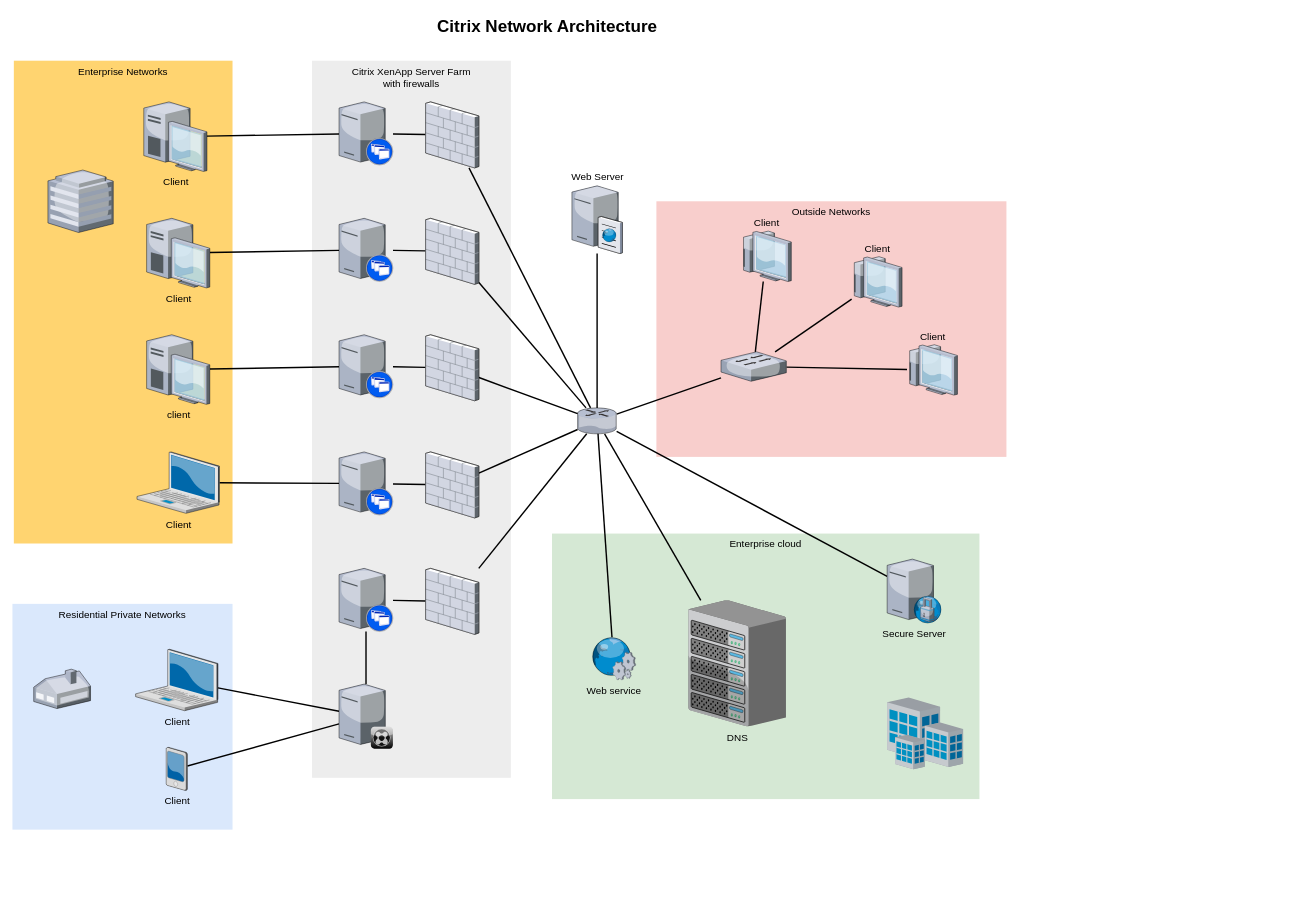
The draw.io diagram 未命名绘图.drawio in sustcsugar/draw.io, before the edit. Source tidied: cells renumbered, new cells numbered last; positions are measured from the earlier drawing's top-left corner, leaving out a move shared by most shapes. Both pictures are drawn from the tidied source at 71%, with x=0, y=0 at pixel (12, 12).
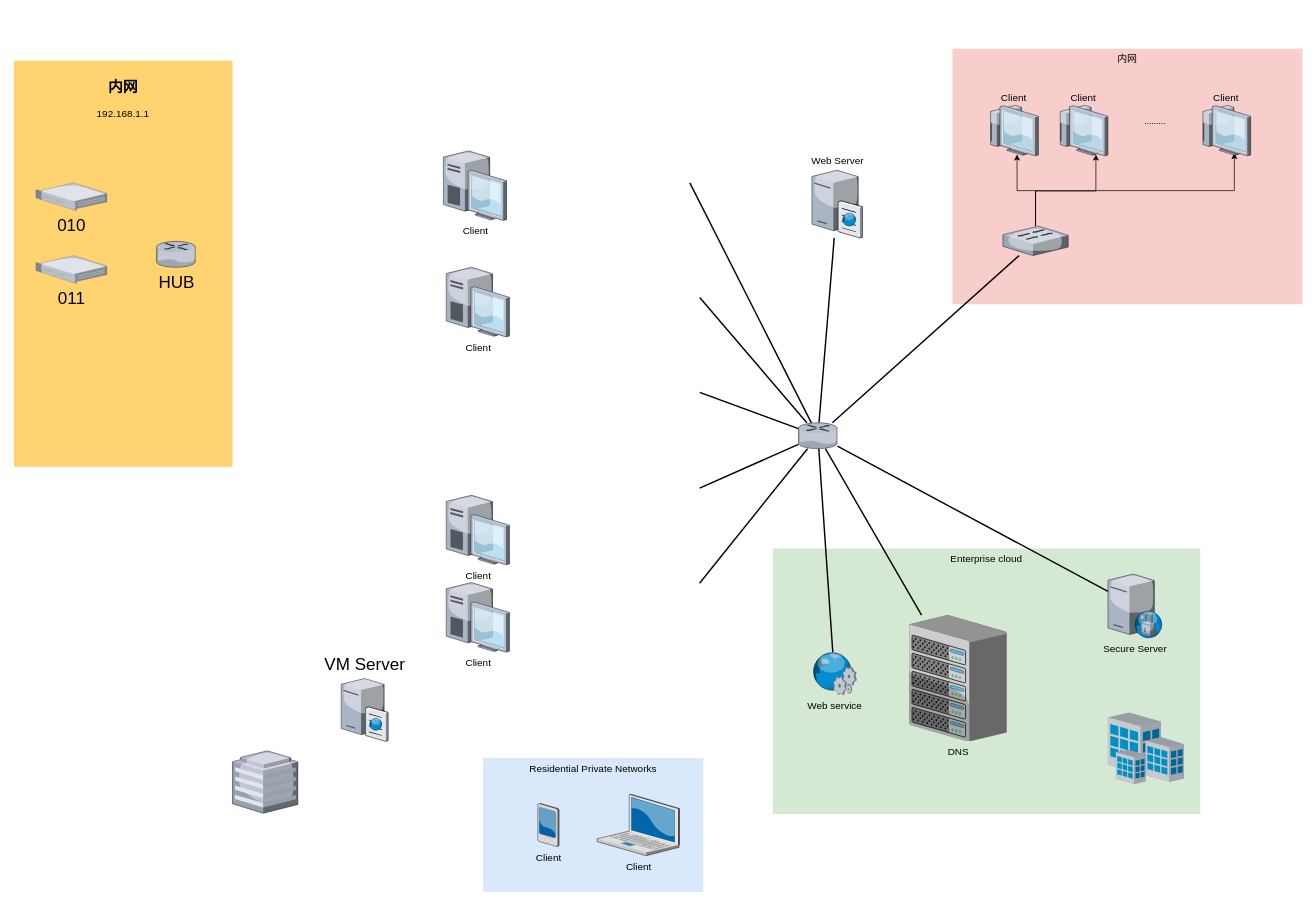
The same diagram, later.

Commit message (it also covers changes not shown here):
更新未命名绘图.drawio

Diff of the diagram source:
```diff
@@
-    <mxCell id="2" value="Outside Networks" style="whiteSpace=wrap;html=1;fillColor=#f8cecc;fontSize=14;strokeColor=none;verticalAlign=top;" parent="1" vertex="1">
-      <mxGeometry x="907" y="266" width="493" height="360" as="geometry" />
+    <mxCell id="2" value="内网" style="whiteSpace=wrap;html=1;fillColor=#f8cecc;fontSize=14;strokeColor=none;verticalAlign=top;" parent="1" vertex="1">
+      <mxGeometry x="1324" y="51" width="493" height="360" as="geometry" />
     </mxCell>
     <mxCell id="3" value="Enterprise cloud" style="whiteSpace=wrap;html=1;fillColor=#d5e8d4;fontSize=14;strokeColor=none;verticalAlign=top;" parent="1" vertex="1">
-      <mxGeometry x="760" y="734" width="602" height="374" as="geometry" />
+      <mxGeometry x="1071" y="755" width="602" height="374" as="geometry" />
     </mxCell>
-    <mxCell id="4" value="Citrix XenApp Server Farm&lt;div&gt;with firewalls&lt;/div&gt;" style="whiteSpace=wrap;html=1;fillColor=#EDEDED;fontSize=14;strokeColor=none;verticalAlign=top;" parent="1" vertex="1">
-      <mxGeometry x="422" y="68" width="280" height="1010" as="geometry" />
-    </mxCell>
-    <mxCell id="5" value="Residential Private Networks" style="whiteSpace=wrap;html=1;fillColor=#dae8fc;fontSize=14;strokeColor=none;verticalAlign=top;" parent="1" vertex="1">
-      <mxGeometry y="833" width="310" height="318" as="geometry" />
-    </mxCell>
-    <mxCell id="6" value="Enterprise Networks" style="whiteSpace=wrap;html=1;fillColor=#FFD470;gradientColor=none;fontSize=14;strokeColor=none;verticalAlign=top;" parent="1" vertex="1">
-      <mxGeometry x="2" y="68" width="308" height="680" as="geometry" />
+    <mxCell id="6" value="&lt;h2&gt;内网&lt;/h2&gt;&lt;div&gt;192.168.1.1&lt;/div&gt;" style="whiteSpace=wrap;html=1;fillColor=#FFD470;gradientColor=none;fontSize=14;strokeColor=none;verticalAlign=top;" parent="1" vertex="1">
+      <mxGeometry x="2" y="68" width="308" height="572" as="geometry" />
     </mxCell>
-    <mxCell id="7" style="edgeStyle=none;rounded=0;html=1;startSize=10;endSize=10;jettySize=auto;fontSize=14;endArrow=none;endFill=0;strokeWidth=2;" parent="1" edge="1" source="8" target="35">
-      <mxGeometry relative="1" as="geometry" />
-    </mxCell>
-    <mxCell id="8" value="Client" style="verticalLabelPosition=bottom;html=1;verticalAlign=top;strokeColor=none;shape=mxgraph.citrix.laptop_2;fillColor=#66B2FF;gradientColor=#0066CC;fontSize=14;" parent="1" vertex="1">
-      <mxGeometry x="173.5" y="897" width="116" height="86.5" as="geometry" />
-    </mxCell>
-    <mxCell id="9" style="edgeStyle=none;rounded=0;html=1;startSize=10;endSize=10;jettySize=auto;fontSize=14;endArrow=none;endFill=0;strokeWidth=2;" parent="1" edge="1" source="10" target="22">
-      <mxGeometry relative="1" as="geometry" />
-    </mxCell>
-    <mxCell id="10" value="Client" style="verticalLabelPosition=bottom;html=1;verticalAlign=top;strokeColor=none;shape=mxgraph.citrix.laptop_2;fillColor=#66B2FF;gradientColor=#0066CC;fontSize=14;" parent="1" vertex="1">
-      <mxGeometry x="175.5" y="619" width="116" height="86.5" as="geometry" />
-    </mxCell>
-    <mxCell id="11" style="edgeStyle=none;rounded=0;html=1;startSize=10;endSize=10;jettySize=auto;fontSize=14;endArrow=none;endFill=0;strokeWidth=2;" parent="1" edge="1" source="12" target="24">
-      <mxGeometry relative="1" as="geometry" />
-    </mxCell>
-    <mxCell id="12" value="client" style="verticalLabelPosition=bottom;html=1;verticalAlign=top;strokeColor=none;shape=mxgraph.citrix.desktop;fillColor=#66B2FF;gradientColor=#0066CC;fontSize=14;" parent="1" vertex="1">
-      <mxGeometry x="189" y="454" width="89" height="98" as="geometry" />
-    </mxCell>
-    <mxCell id="13" style="edgeStyle=none;rounded=0;html=1;startSize=10;endSize=10;jettySize=auto;fontSize=14;endArrow=none;endFill=0;strokeWidth=2;" parent="1" edge="1" source="14" target="26">
-      <mxGeometry relative="1" as="geometry" />
-    </mxCell>
     <mxCell id="14" value="Client" style="verticalLabelPosition=bottom;html=1;verticalAlign=top;strokeColor=none;shape=mxgraph.citrix.desktop;fillColor=#66B2FF;gradientColor=#0066CC;fontSize=14;" parent="1" vertex="1">
-      <mxGeometry x="189" y="290" width="89" height="98" as="geometry" />
+      <mxGeometry x="611" y="359" width="89" height="98" as="geometry" />
     </mxCell>
-    <mxCell id="15" style="edgeStyle=none;rounded=0;html=1;startSize=10;endSize=10;jettySize=auto;fontSize=14;endArrow=none;endFill=0;strokeWidth=2;" parent="1" edge="1" source="16" target="28">
-      <mxGeometry relative="1" as="geometry" />
-    </mxCell>
     <mxCell id="16" value="Client" style="verticalLabelPosition=bottom;html=1;verticalAlign=top;strokeColor=none;shape=mxgraph.citrix.desktop;fillColor=#66B2FF;gradientColor=#0066CC;fontSize=14;" parent="1" vertex="1">
-      <mxGeometry x="185" y="126" width="89" height="98" as="geometry" />
+      <mxGeometry x="607" y="195" width="89" height="98" as="geometry" />
     </mxCell>
-    <mxCell id="17" style="edgeStyle=none;rounded=0;html=1;startSize=10;endSize=10;jettySize=auto;fontSize=14;endArrow=none;endFill=0;strokeWidth=2;" parent="1" edge="1" source="18" target="35">
-      <mxGeometry relative="1" as="geometry" />
-    </mxCell>
-    <mxCell id="18" value="Client" style="verticalLabelPosition=bottom;html=1;verticalAlign=top;strokeColor=none;shape=mxgraph.citrix.pda;fillColor=#66B2FF;gradientColor=#0066CC;fontSize=14;" parent="1" vertex="1">
-      <mxGeometry x="216.5" y="1035" width="30" height="61" as="geometry" />
-    </mxCell>
-    <mxCell id="19" style="edgeStyle=none;rounded=0;html=1;startSize=10;endSize=10;jettySize=auto;fontSize=14;endArrow=none;endFill=0;strokeWidth=2;" parent="1" edge="1" source="20" target="47">
-      <mxGeometry relative="1" as="geometry" />
-    </mxCell>
-    <mxCell id="20" style="verticalLabelPosition=bottom;html=1;verticalAlign=top;strokeColor=none;shape=mxgraph.citrix.xenapp_server;fillColor=#66B2FF;gradientColor=#0066CC;fontSize=14;" parent="1" vertex="1">
-      <mxGeometry x="460" y="783" width="76" height="89" as="geometry" />
-    </mxCell>
-    <mxCell id="21" style="edgeStyle=none;rounded=0;html=1;startSize=10;endSize=10;jettySize=auto;fontSize=14;endArrow=none;endFill=0;strokeWidth=2;" parent="1" edge="1" source="22" target="45">
-      <mxGeometry relative="1" as="geometry" />
-    </mxCell>
-    <mxCell id="22" style="verticalLabelPosition=bottom;html=1;verticalAlign=top;strokeColor=none;shape=mxgraph.citrix.xenapp_server;fillColor=#66B2FF;gradientColor=#0066CC;fontSize=14;" parent="1" vertex="1">
-      <mxGeometry x="460" y="619" width="76" height="89" as="geometry" />
-    </mxCell>
-    <mxCell id="23" style="edgeStyle=none;rounded=0;html=1;startSize=10;endSize=10;jettySize=auto;fontSize=14;endArrow=none;endFill=0;strokeWidth=2;" parent="1" edge="1" source="24" target="43">
-      <mxGeometry relative="1" as="geometry" />
-    </mxCell>
-    <mxCell id="24" style="verticalLabelPosition=bottom;html=1;verticalAlign=top;strokeColor=none;shape=mxgraph.citrix.xenapp_server;fillColor=#66B2FF;gradientColor=#0066CC;fontSize=14;" parent="1" vertex="1">
-      <mxGeometry x="460" y="454" width="76" height="89" as="geometry" />
-    </mxCell>
-    <mxCell id="25" style="edgeStyle=none;rounded=0;html=1;startSize=10;endSize=10;jettySize=auto;fontSize=14;endArrow=none;endFill=0;strokeWidth=2;" parent="1" edge="1" source="26" target="41">
-      <mxGeometry relative="1" as="geometry" />
-    </mxCell>
-    <mxCell id="26" style="verticalLabelPosition=bottom;html=1;verticalAlign=top;strokeColor=none;shape=mxgraph.citrix.xenapp_server;fillColor=#66B2FF;gradientColor=#0066CC;fontSize=14;" parent="1" vertex="1">
-      <mxGeometry x="460" y="290" width="76" height="89" as="geometry" />
-    </mxCell>
-    <mxCell id="27" style="edgeStyle=none;rounded=0;html=1;startSize=10;endSize=10;jettySize=auto;fontSize=14;endArrow=none;endFill=0;strokeWidth=2;" parent="1" edge="1" source="28" target="39">
-      <mxGeometry relative="1" as="geometry" />
-    </mxCell>
-    <mxCell id="28" style="verticalLabelPosition=bottom;html=1;verticalAlign=top;strokeColor=none;shape=mxgraph.citrix.xenapp_server;fillColor=#66B2FF;gradientColor=#0066CC;fontSize=14;" parent="1" vertex="1">
-      <mxGeometry x="460" y="126" width="76" height="89" as="geometry" />
-    </mxCell>
@@
     <mxCell id="33" style="verticalLabelPosition=bottom;html=1;verticalAlign=top;strokeColor=none;shape=mxgraph.citrix.router;fillColor=#66B2FF;gradientColor=#0066CC;fontSize=14;" parent="1" vertex="1">
-      <mxGeometry x="796" y="557" width="55" height="36.5" as="geometry" />
+      <mxGeometry x="1107" y="578" width="55" height="36.5" as="geometry" />
     </mxCell>
-    <mxCell id="34" style="edgeStyle=none;rounded=0;html=1;startSize=10;endSize=10;jettySize=auto;fontSize=14;endArrow=none;endFill=0;strokeWidth=2;" parent="1" edge="1" source="35" target="20">
-      <mxGeometry relative="1" as="geometry" />
-    </mxCell>
-    <mxCell id="35" style="verticalLabelPosition=bottom;html=1;verticalAlign=top;strokeColor=none;shape=mxgraph.citrix.xenclient_synchronizer;fillColor=#CCCCCC;gradientColor=#000000;gradientDirection=south;fontSize=14;" parent="1" vertex="1">
-      <mxGeometry x="460" y="946" width="76" height="91" as="geometry" />
-    </mxCell>
     <mxCell id="36" value="Web Server" style="verticalLabelPosition=top;html=1;verticalAlign=bottom;strokeColor=none;shape=mxgraph.citrix.cache_server;fillColor=#66B2FF;gradientColor=#0066CC;fontSize=14;labelPosition=center;align=center;" parent="1" vertex="1">
-      <mxGeometry x="788" y="242" width="71" height="97.5" as="geometry" />
+      <mxGeometry x="1126" y="220" width="71" height="97.5" as="geometry" />
     </mxCell>
     <mxCell id="37" value="DNS" style="verticalLabelPosition=bottom;html=1;verticalAlign=top;strokeColor=none;shape=mxgraph.citrix.chassis;fillColor=#66B2FF;gradientColor=#0066CC;fontSize=14;" parent="1" vertex="1">
-      <mxGeometry x="952" y="828" width="137.5" height="177.5" as="geometry" />
+      <mxGeometry x="1263" y="849" width="137.5" height="177.5" as="geometry" />
     </mxCell>
-    <mxCell id="38" style="edgeStyle=none;rounded=0;html=1;startSize=10;endSize=10;jettySize=auto;fontSize=14;endArrow=none;endFill=0;strokeWidth=2;" parent="1" edge="1" source="39" target="33">
-      <mxGeometry relative="1" as="geometry" />
+    <mxCell id="38" style="edgeStyle=none;rounded=0;html=1;startSize=10;endSize=10;jettySize=auto;fontSize=14;endArrow=none;endFill=0;strokeWidth=2;" parent="1" edge="1" target="33">
+      <mxGeometry relative="1" as="geometry">
+        <mxPoint x="954.1" y="240" as="sourcePoint" />
+      </mxGeometry>
     </mxCell>
-    <mxCell id="39" style="verticalLabelPosition=bottom;html=1;verticalAlign=top;strokeColor=none;shape=mxgraph.citrix.firewall;fillColor=#66B2FF;gradientColor=#0066CC;fontSize=14;" parent="1" vertex="1">
-      <mxGeometry x="582" y="126" width="75" height="93" as="geometry" />
-    </mxCell>
-    <mxCell id="40" style="edgeStyle=none;rounded=0;html=1;startSize=10;endSize=10;jettySize=auto;fontSize=14;endArrow=none;endFill=0;strokeWidth=2;" parent="1" edge="1" source="41" target="33">
-      <mxGeometry relative="1" as="geometry" />
+    <mxCell id="40" style="edgeStyle=none;rounded=0;html=1;startSize=10;endSize=10;jettySize=auto;fontSize=14;endArrow=none;endFill=0;strokeWidth=2;" parent="1" edge="1" target="33">
+      <mxGeometry relative="1" as="geometry">
+        <mxPoint x="968" y="401.4" as="sourcePoint" />
+      </mxGeometry>
     </mxCell>
-    <mxCell id="41" style="verticalLabelPosition=bottom;html=1;verticalAlign=top;strokeColor=none;shape=mxgraph.citrix.firewall;fillColor=#66B2FF;gradientColor=#0066CC;fontSize=14;" parent="1" vertex="1">
-      <mxGeometry x="582" y="290" width="75" height="93" as="geometry" />
-    </mxCell>
-    <mxCell id="42" style="edgeStyle=none;rounded=0;html=1;startSize=10;endSize=10;jettySize=auto;fontSize=14;endArrow=none;endFill=0;strokeWidth=2;" parent="1" edge="1" source="43" target="33">
-      <mxGeometry relative="1" as="geometry" />
+    <mxCell id="42" style="edgeStyle=none;rounded=0;html=1;startSize=10;endSize=10;jettySize=auto;fontSize=14;endArrow=none;endFill=0;strokeWidth=2;" parent="1" edge="1" target="33">
+      <mxGeometry relative="1" as="geometry">
+        <mxPoint x="968" y="535.2" as="sourcePoint" />
+      </mxGeometry>
     </mxCell>
-    <mxCell id="43" style="verticalLabelPosition=bottom;html=1;verticalAlign=top;strokeColor=none;shape=mxgraph.citrix.firewall;fillColor=#66B2FF;gradientColor=#0066CC;fontSize=14;" parent="1" vertex="1">
-      <mxGeometry x="582" y="454" width="75" height="93" as="geometry" />
-    </mxCell>
-    <mxCell id="44" style="edgeStyle=none;rounded=0;html=1;startSize=10;endSize=10;jettySize=auto;fontSize=14;endArrow=none;endFill=0;strokeWidth=2;" parent="1" edge="1" source="45" target="33">
-      <mxGeometry relative="1" as="geometry" />
+    <mxCell id="44" style="edgeStyle=none;rounded=0;html=1;startSize=10;endSize=10;jettySize=auto;fontSize=14;endArrow=none;endFill=0;strokeWidth=2;" parent="1" edge="1" target="33">
+      <mxGeometry relative="1" as="geometry">
+        <mxPoint x="968" y="669.9" as="sourcePoint" />
+      </mxGeometry>
     </mxCell>
-    <mxCell id="45" style="verticalLabelPosition=bottom;html=1;verticalAlign=top;strokeColor=none;shape=mxgraph.citrix.firewall;fillColor=#66B2FF;gradientColor=#0066CC;fontSize=14;" parent="1" vertex="1">
-      <mxGeometry x="582" y="619" width="75" height="93" as="geometry" />
-    </mxCell>
-    <mxCell id="46" style="edgeStyle=none;rounded=0;html=1;startSize=10;endSize=10;jettySize=auto;fontSize=14;endArrow=none;endFill=0;strokeWidth=2;" parent="1" edge="1" source="47" target="33">
-      <mxGeometry relative="1" as="geometry" />
+    <mxCell id="46" style="edgeStyle=none;rounded=0;html=1;startSize=10;endSize=10;jettySize=auto;fontSize=14;endArrow=none;endFill=0;strokeWidth=2;" parent="1" edge="1" target="33">
+      <mxGeometry relative="1" as="geometry">
+        <mxPoint x="967.8" y="804" as="sourcePoint" />
+      </mxGeometry>
     </mxCell>
-    <mxCell id="47" style="verticalLabelPosition=bottom;html=1;verticalAlign=top;strokeColor=none;shape=mxgraph.citrix.firewall;fillColor=#66B2FF;gradientColor=#0066CC;fontSize=14;" parent="1" vertex="1">
-      <mxGeometry x="582" y="783" width="75" height="93" as="geometry" />
-    </mxCell>
-    <mxCell id="48" style="verticalLabelPosition=bottom;html=1;verticalAlign=top;strokeColor=none;shape=mxgraph.citrix.home_office;fillColor=#66B2FF;gradientColor=#0066CC;fontSize=14;" parent="1" vertex="1">
-      <mxGeometry x="30" y="925" width="80" height="55.5" as="geometry" />
-    </mxCell>
     <mxCell id="49" style="verticalLabelPosition=bottom;html=1;verticalAlign=top;strokeColor=none;shape=mxgraph.citrix.hq_enterprise;fillColor=#66B2FF;gradientColor=#0066CC;fontSize=14;" parent="1" vertex="1">
-      <mxGeometry x="50" y="222" width="92" height="88" as="geometry" />
+      <mxGeometry x="310" y="1040" width="92" height="88" as="geometry" />
     </mxCell>
     <mxCell id="50" value="Secure Server" style="verticalLabelPosition=bottom;html=1;verticalAlign=top;strokeColor=none;shape=mxgraph.citrix.proxy_server;fillColor=#66B2FF;gradientColor=#0066CC;fontSize=14;" parent="1" vertex="1">
-      <mxGeometry x="1232" y="770" width="76.5" height="90" as="geometry" />
+      <mxGeometry x="1543" y="791" width="76.5" height="90" as="geometry" />
     </mxCell>
-    <mxCell id="51" style="edgeStyle=none;rounded=0;html=1;startSize=10;endSize=10;jettySize=auto;fontSize=14;endArrow=none;endFill=0;strokeWidth=2;" parent="1" edge="1" source="54" target="57">
-      <mxGeometry relative="1" as="geometry" />
+    <mxCell id="51" style="edgeStyle=orthogonalEdgeStyle;rounded=0;jettySize=auto;html=1;entryX=0.577;entryY=0.972;entryDx=0;entryDy=0;entryPerimeter=0;" parent="1" edge="1" source="54" target="57">
+      <mxGeometry relative="1" as="geometry">
+        <Array as="points">
+          <mxPoint x="1441" y="251" />
+          <mxPoint x="1415" y="251" />
+        </Array>
+      </mxGeometry>
     </mxCell>
-    <mxCell id="52" style="edgeStyle=none;rounded=0;html=1;startSize=10;endSize=10;jettySize=auto;fontSize=14;endArrow=none;endFill=0;strokeWidth=2;" parent="1" edge="1" source="54" target="56">
+    <mxCell id="52" style="edgeStyle=orthogonalEdgeStyle;rounded=0;jettySize=auto;html=1;entryX=0.761;entryY=0.972;entryDx=0;entryDy=0;entryPerimeter=0;" parent="1" edge="1" source="54" target="56">
       <mxGeometry relative="1" as="geometry" />
     </mxCell>
-    <mxCell id="53" style="edgeStyle=none;rounded=0;html=1;startSize=10;endSize=10;jettySize=auto;fontSize=14;endArrow=none;endFill=0;strokeWidth=2;" parent="1" edge="1" source="54" target="55">
-      <mxGeometry relative="1" as="geometry" />
+    <mxCell id="53" style="edgeStyle=orthogonalEdgeStyle;rounded=0;jettySize=auto;html=1;entryX=0.676;entryY=0.944;entryDx=0;entryDy=0;entryPerimeter=0;" parent="1" edge="1" source="54" target="55">
+      <mxGeometry relative="1" as="geometry">
+        <Array as="points">
+          <mxPoint x="1441" y="251" />
+          <mxPoint x="1721" y="251" />
+        </Array>
+      </mxGeometry>
     </mxCell>
     <mxCell id="54" style="verticalLabelPosition=bottom;html=1;verticalAlign=top;strokeColor=none;shape=mxgraph.citrix.switch;fillColor=#66B2FF;gradientColor=#0066CC;fontSize=14;" parent="1" vertex="1">
-      <mxGeometry x="998" y="478" width="92" height="41.5" as="geometry" />
+      <mxGeometry x="1395" y="301" width="92" height="41.5" as="geometry" />
     </mxCell>
     <mxCell id="55" value="Client" style="verticalLabelPosition=top;html=1;verticalAlign=bottom;strokeColor=none;shape=mxgraph.citrix.thin_client;fillColor=#66B2FF;gradientColor=#0066CC;fontSize=14;labelPosition=center;align=center;" parent="1" vertex="1">
-      <mxGeometry x="1260" y="468" width="71" height="71" as="geometry" />
+      <mxGeometry x="1673" y="131" width="71" height="71" as="geometry" />
     </mxCell>
     <mxCell id="56" value="Client" style="verticalLabelPosition=top;html=1;verticalAlign=bottom;strokeColor=none;shape=mxgraph.citrix.thin_client;fillColor=#66B2FF;gradientColor=#0066CC;fontSize=14;labelPosition=center;align=center;" parent="1" vertex="1">
-      <mxGeometry x="1182" y="344" width="71" height="71" as="geometry" />
+      <mxGeometry x="1472" y="131" width="71" height="71" as="geometry" />
     </mxCell>
     <mxCell id="57" value="Client" style="verticalLabelPosition=top;html=1;verticalAlign=bottom;strokeColor=none;shape=mxgraph.citrix.thin_client;fillColor=#66B2FF;gradientColor=#0066CC;fontSize=14;labelPosition=center;align=center;" parent="1" vertex="1">
-      <mxGeometry x="1026" y="308" width="71" height="71" as="geometry" />
+      <mxGeometry x="1374" y="131" width="71" height="71" as="geometry" />
     </mxCell>
@@
     <mxCell id="59" value="Web service" style="verticalLabelPosition=bottom;html=1;verticalAlign=top;strokeColor=none;shape=mxgraph.citrix.web_service;fillColor=#66B2FF;gradientColor=#0066CC;fontSize=14;" parent="1" vertex="1">
-      <mxGeometry x="815" y="880" width="63" height="60" as="geometry" />
+      <mxGeometry x="1126" y="901" width="63" height="60" as="geometry" />
     </mxCell>
     <mxCell id="60" style="verticalLabelPosition=bottom;html=1;verticalAlign=top;strokeColor=none;shape=mxgraph.citrix.site;fillColor=#66B2FF;gradientColor=#0066CC;fontSize=14;" parent="1" vertex="1">
-      <mxGeometry x="1232" y="965" width="107" height="101" as="geometry" />
+      <mxGeometry x="1543" y="986" width="107" height="101" as="geometry" />
     </mxCell>
-    <mxCell id="61" value="Citrix Network Architecture" style="text;strokeColor=none;fillColor=none;html=1;fontSize=24;fontStyle=1;verticalAlign=middle;align=center;" parent="1" vertex="1">
-      <mxGeometry x="322" width="861" height="40" as="geometry" />
-    </mxCell>
+    <mxCell id="62" value="........." style="text;html=1;align=center;verticalAlign=middle;strokeColor=none;fillColor=none;" parent="1" vertex="1">
+      <mxGeometry x="1584" y="137.5" width="50" height="30" as="geometry" />
+    </mxCell>
+    <mxCell id="63" value="Client" style="verticalLabelPosition=bottom;html=1;verticalAlign=top;strokeColor=none;shape=mxgraph.citrix.desktop;fillColor=#66B2FF;gradientColor=#0066CC;fontSize=14;" parent="1" vertex="1">
+      <mxGeometry x="611" y="680" width="89" height="98" as="geometry" />
+    </mxCell>
+    <mxCell id="64" value="Client" style="verticalLabelPosition=bottom;html=1;verticalAlign=top;strokeColor=none;shape=mxgraph.citrix.desktop;fillColor=#66B2FF;gradientColor=#0066CC;fontSize=14;" parent="1" vertex="1">
+      <mxGeometry x="611" y="803" width="89" height="98" as="geometry" />
+    </mxCell>
+    <mxCell id="65" style="group;" parent="1" vertex="1">
+      <mxGeometry x="663" y="1050" width="310" height="189" as="geometry" />
+    </mxCell>
+    <mxCell id="5" value="Residential Private Networks" style="whiteSpace=wrap;html=1;fillColor=#dae8fc;fontSize=14;strokeColor=none;verticalAlign=top;" parent="65" vertex="1">
+      <mxGeometry width="310" height="189" as="geometry" />
+    </mxCell>
+    <mxCell id="8" value="Client" style="verticalLabelPosition=bottom;html=1;verticalAlign=top;strokeColor=none;shape=mxgraph.citrix.laptop_2;fillColor=#66B2FF;gradientColor=#0066CC;fontSize=14;" parent="65" vertex="1">
+      <mxGeometry x="160.5" y="51.2" width="116" height="86.5" as="geometry" />
+    </mxCell>
+    <mxCell id="18" value="Client" style="verticalLabelPosition=bottom;html=1;verticalAlign=top;strokeColor=none;shape=mxgraph.citrix.pda;fillColor=#66B2FF;gradientColor=#0066CC;fontSize=14;" parent="65" vertex="1">
+      <mxGeometry x="77" y="64" width="30" height="61" as="geometry" />
+    </mxCell>
+    <mxCell id="66" value="HUB" style="verticalLabelPosition=bottom;sketch=0;html=1;verticalAlign=top;strokeColor=none;align=center;shape=mxgraph.citrix.router;fontSize=24;" parent="1" vertex="1">
+      <mxGeometry x="203" y="322.5" width="55" height="36.5" as="geometry" />
+    </mxCell>
+    <mxCell id="67" value="&lt;span style=&quot;font-size: 24px;&quot;&gt;VM Server&lt;/span&gt;" style="verticalLabelPosition=top;html=1;verticalAlign=bottom;strokeColor=none;shape=mxgraph.citrix.cache_server;fillColor=#66B2FF;gradientColor=#0066CC;fontSize=14;labelPosition=center;align=center;" parent="1" vertex="1">
+      <mxGeometry x="463" y="936" width="65.9" height="90.5" as="geometry" />
+    </mxCell>
+    <mxCell id="68" value="010" style="verticalLabelPosition=bottom;sketch=0;html=1;verticalAlign=top;strokeColor=none;align=center;shape=mxgraph.citrix.1u_2u_server;fontSize=24;" parent="1" vertex="1">
+      <mxGeometry x="33" y="240" width="100" height="39.1" as="geometry" />
+    </mxCell>
+    <mxCell id="69" value="011" style="verticalLabelPosition=bottom;sketch=0;html=1;verticalAlign=top;strokeColor=none;align=center;shape=mxgraph.citrix.1u_2u_server;fontSize=24;" parent="1" vertex="1">
+      <mxGeometry x="33" y="342.5" width="100" height="39.1" as="geometry" />
+    </mxCell>
```
